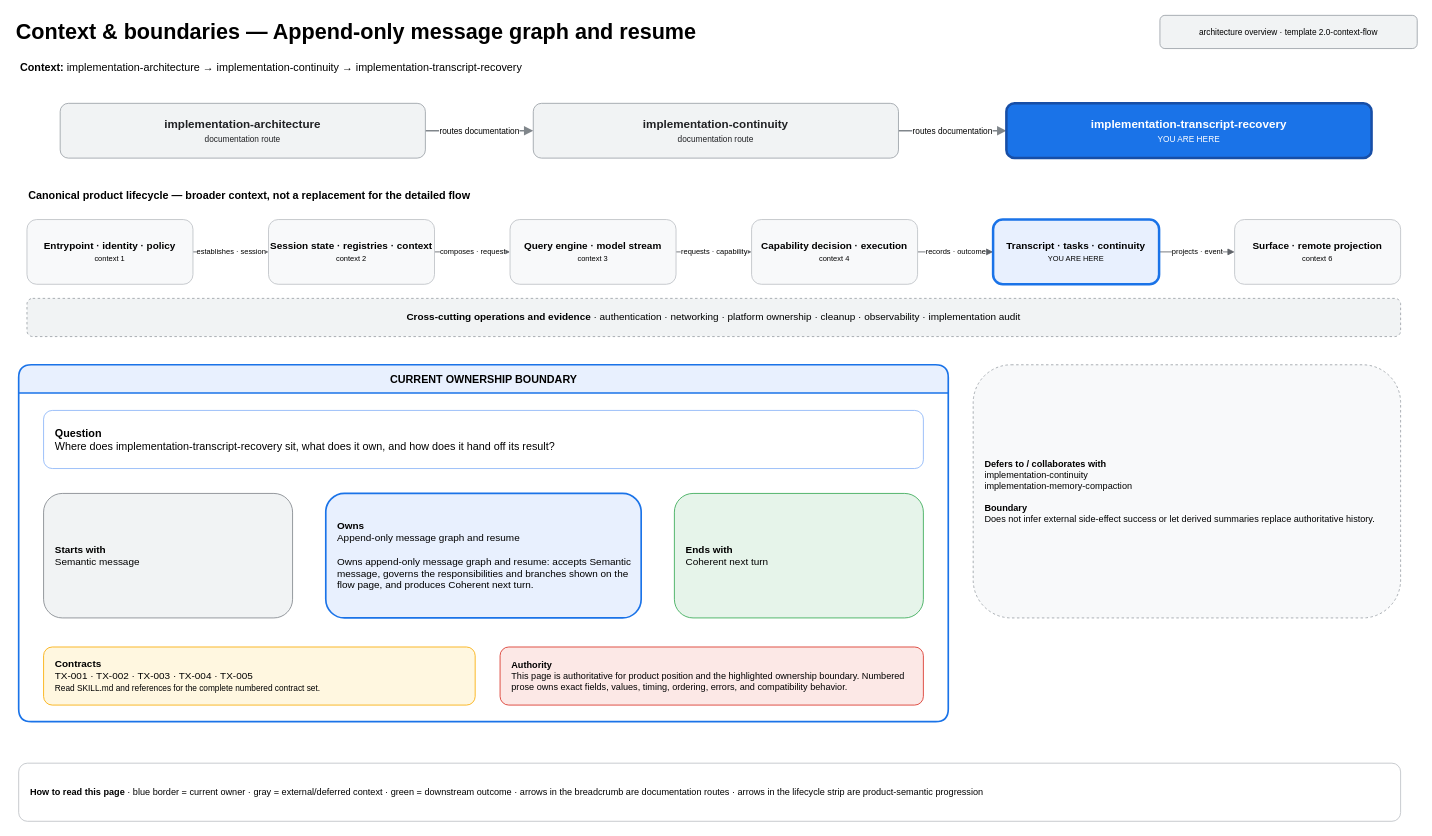
The draw.io diagram page "01 — Context & Boundaries" (1 of 2) of .codex/skills/implementation-transcript-recovery/assets/architecture.drawio in greenpau/agentx, before the edit. Source tidied: cells renumbered, new cells numbered last; positions are measured from the earlier drawing's top-left corner, leaving out a move shared by most shapes. Both pictures are drawn from the tidied source at 83%, with x=0, y=0 at pixel (14, 14).
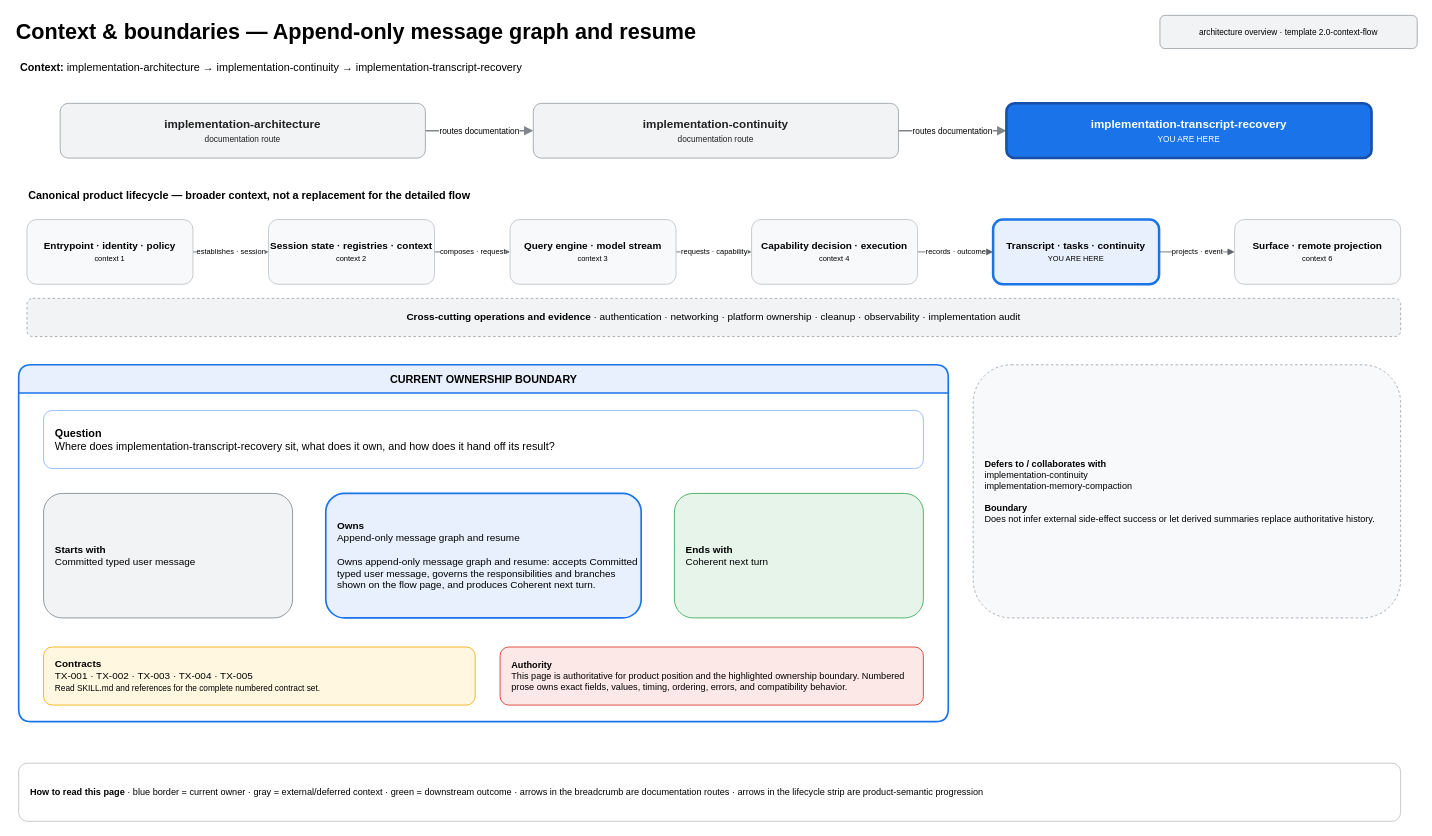
Above is the later version.

What changed in the source:
```diff
@@
-    <mxCell id="25" value="&lt;b&gt;Starts with&lt;/b&gt;&lt;br&gt;Semantic message" style="rounded=1;whiteSpace=wrap;html=1;fillColor=#f1f3f4;strokeColor=#80868b;fontSize=12;align=left;spacingLeft=12;" parent="1" vertex="1">
+    <mxCell id="25" value="&lt;b&gt;Starts with&lt;/b&gt;&lt;br&gt;Committed typed user message" style="rounded=1;whiteSpace=wrap;html=1;fillColor=#f1f3f4;strokeColor=#80868b;fontSize=12;align=left;spacingLeft=12;" parent="1" vertex="1">
       <mxGeometry x="35" y="577" width="300" height="150" as="geometry" />
     </mxCell>
-    <mxCell id="26" value="&lt;b&gt;Owns&lt;/b&gt;&lt;br&gt;Append-only message graph and resume&lt;br&gt;&lt;br&gt;Owns append-only message graph and resume: accepts Semantic message, governs the responsibilities and branches shown on the flow page, and produces Coherent next turn." style="rounded=1;whiteSpace=wrap;html=1;fillColor=#e8f0fe;strokeColor=#1a73e8;strokeWidth=2;fontSize=12;align=left;spacingLeft=12;" parent="1" vertex="1">
+    <mxCell id="26" value="&lt;b&gt;Owns&lt;/b&gt;&lt;br&gt;Append-only message graph and resume&lt;br&gt;&lt;br&gt;Owns append-only message graph and resume: accepts Committed typed user message, governs the responsibilities and branches shown on the flow page, and produces Coherent next turn." style="rounded=1;whiteSpace=wrap;html=1;fillColor=#e8f0fe;strokeColor=#1a73e8;strokeWidth=2;fontSize=12;align=left;spacingLeft=12;" parent="1" vertex="1">
       <mxGeometry x="375" y="577" width="380" height="150" as="geometry" />
     </mxCell>
```
